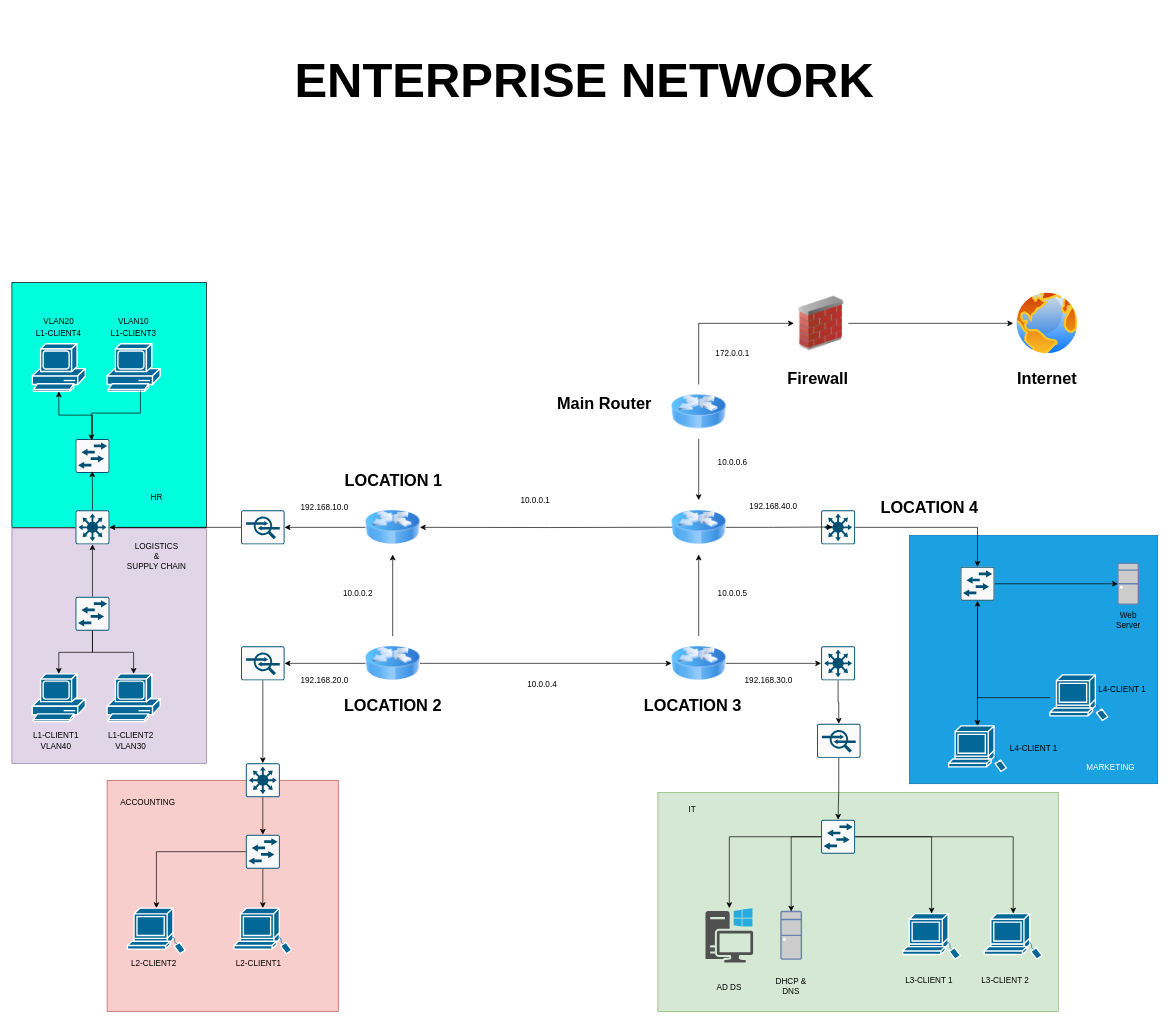
james807/networks keeps this draw.io diagram as diagrams/Enterprise network-01.drawio. Above is the earlier version. Source tidied: cells renumbered, new cells numbered last; positions are measured from the earlier drawing's top-left corner, leaving out a move shared by most shapes. Both pictures are drawn from the tidied source at 68%, with x=0, y=0 at pixel (12, 12).
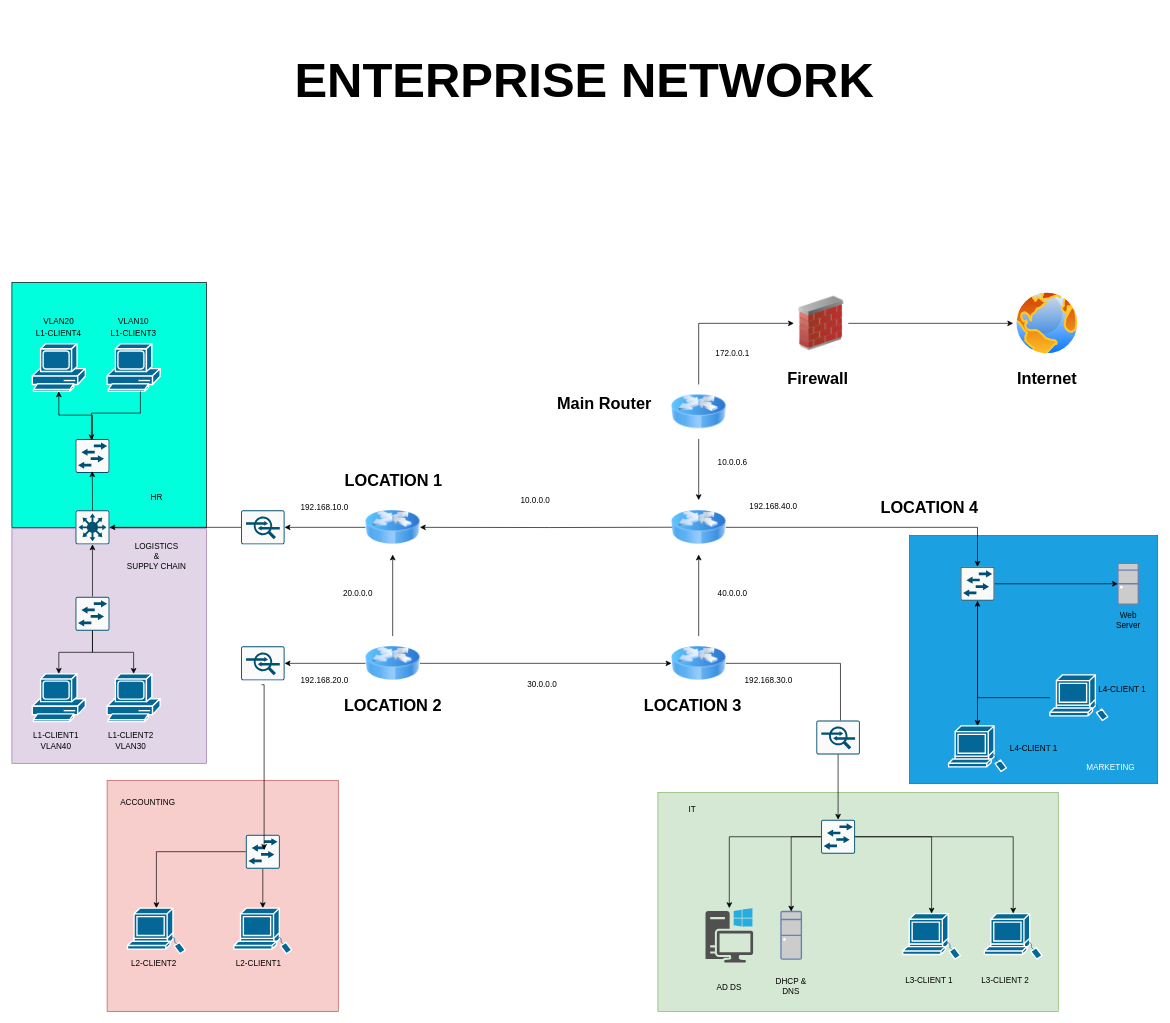
The same page after the edit.

The change refers to these unchanged cells:
```xml
<mxCell id="12" style="image;html=1;image=img/lib/clip_art/networking/Router_Icon_128x128.png;" parent="1" vertex="1">
  <mxGeometry x="970" y="918" width="80" height="80" as="geometry" />
</mxCell>
<mxCell id="14" style="image;html=1;image=img/lib/clip_art/networking/Router_Icon_128x128.png;" parent="1" vertex="1">
  <mxGeometry x="970" y="718" width="80" height="80" as="geometry" />
</mxCell>
<mxCell id="27" style="sketch=0;points=[[0.015,0.015,0],[0.985,0.015,0],[0.985,0.985,0],[0.015,0.985,0],[0.25,0,0],[0.5,0,0],[0.75,0,0],[1,0.25,0],[1,0.5,0],[1,0.75,0],[0.75,1,0],[0.5,1,0],[0.25,1,0],[0,0.75,0],[0,0.5,0],[0,0.25,0]];verticalLabelPosition=bottom;html=1;verticalAlign=top;align=center;shape=mxgraph.cisco19.rect;prIcon=l2_switch;fillColor=#FAFAFA;strokeColor=#005073;" parent="1" vertex="1">
  <mxGeometry x="344" y="1210" width="50" height="50" as="geometry" />
</mxCell>
<mxCell id="30" style="sketch=0;points=[[0.015,0.015,0],[0.985,0.015,0],[0.985,0.985,0],[0.015,0.985,0],[0.25,0,0],[0.5,0,0],[0.75,0,0],[1,0.25,0],[1,0.5,0],[1,0.75,0],[0.75,1,0],[0.5,1,0],[0.25,1,0],[0,0.75,0],[0,0.5,0],[0,0.25,0]];verticalLabelPosition=bottom;html=1;verticalAlign=top;align=center;shape=mxgraph.cisco19.rect;prIcon=l2_switch;fillColor=#FAFAFA;strokeColor=#005073;" parent="1" vertex="1">
  <mxGeometry x="1190" y="1188" width="50" height="50" as="geometry" />
</mxCell>
<mxCell id="51" style="sketch=0;points=[[0.015,0.015,0],[0.985,0.015,0],[0.985,0.985,0],[0.015,0.985,0],[0.25,0,0],[0.5,0,0],[0.75,0,0],[1,0.25,0],[1,0.5,0],[1,0.75,0],[0.75,1,0],[0.5,1,0],[0.25,1,0],[0,0.75,0],[0,0.5,0],[0,0.25,0]];verticalLabelPosition=bottom;html=1;verticalAlign=top;align=center;shape=mxgraph.cisco19.rect;prIcon=l2_switch;fillColor=#FAFAFA;strokeColor=#005073;" parent="1" vertex="1">
  <mxGeometry x="1395" y="816" width="50" height="50" as="geometry" />
</mxCell>
<mxCell id="53" style="sketch=0;points=[[0.015,0.015,0],[0.985,0.015,0],[0.985,0.985,0],[0.015,0.985,0],[0.25,0,0],[0.5,0,0],[0.75,0,0],[1,0.25,0],[1,0.5,0],[1,0.75,0],[0.75,1,0],[0.5,1,0],[0.25,1,0],[0,0.75,0],[0,0.5,0],[0,0.25,0]];verticalLabelPosition=bottom;html=1;verticalAlign=top;align=center;shape=mxgraph.cisco19.rect;prIcon=ips_ids;fillColor=#FAFAFA;strokeColor=#005073;" parent="1" vertex="1">
  <mxGeometry x="337" y="933" width="64" height="50" as="geometry" />
</mxCell>
```

What changed in the source:
```diff
@@
-    <mxCell id="18" style="sketch=0;points=[[0.015,0.015,0],[0.985,0.015,0],[0.985,0.985,0],[0.015,0.985,0],[0.25,0,0],[0.5,0,0],[0.75,0,0],[1,0.25,0],[1,0.5,0],[1,0.75,0],[0.75,1,0],[0.5,1,0],[0.25,1,0],[0,0.75,0],[0,0.5,0],[0,0.25,0]];verticalLabelPosition=bottom;html=1;verticalAlign=top;align=center;shape=mxgraph.cisco19.rect;prIcon=l3_switch;fillColor=#FAFAFA;strokeColor=#005073;" parent="1" vertex="1">
-      <mxGeometry x="344" y="1105" width="50" height="50" as="geometry" />
-    </mxCell>
@@
-    <mxCell id="20" style="sketch=0;points=[[0.015,0.015,0],[0.985,0.015,0],[0.985,0.985,0],[0.015,0.985,0],[0.25,0,0],[0.5,0,0],[0.75,0,0],[1,0.25,0],[1,0.5,0],[1,0.75,0],[0.75,1,0],[0.5,1,0],[0.25,1,0],[0,0.75,0],[0,0.5,0],[0,0.25,0]];verticalLabelPosition=bottom;html=1;verticalAlign=top;align=center;shape=mxgraph.cisco19.rect;prIcon=l3_switch;fillColor=#FAFAFA;strokeColor=#005073;" parent="1" vertex="1">
-      <mxGeometry x="1190" y="933" width="50" height="50" as="geometry" />
-    </mxCell>
-    <mxCell id="21" style="edgeStyle=orthogonalEdgeStyle;rounded=0;jettySize=auto;html=1;" parent="1" edge="1" source="12" target="20">
+    <mxCell id="21" style="edgeStyle=orthogonalEdgeStyle;rounded=0;jettySize=auto;html=1;entryX=0.555;entryY=0.521;entryDx=0;entryDy=0;entryPerimeter=0;" parent="1" edge="1" source="12" target="111">
       <mxGeometry relative="1" as="geometry" />
     </mxCell>
-    <mxCell id="22" style="edgeStyle=orthogonalEdgeStyle;rounded=0;jettySize=auto;html=1;" parent="1" edge="1" source="23" target="51">
-      <mxGeometry relative="1" as="geometry" />
-    </mxCell>
-    <mxCell id="23" style="sketch=0;points=[[0.015,0.015,0],[0.985,0.015,0],[0.985,0.985,0],[0.015,0.985,0],[0.25,0,0],[0.5,0,0],[0.75,0,0],[1,0.25,0],[1,0.5,0],[1,0.75,0],[0.75,1,0],[0.5,1,0],[0.25,1,0],[0,0.75,0],[0,0.5,0],[0,0.25,0]];verticalLabelPosition=bottom;html=1;verticalAlign=top;align=center;shape=mxgraph.cisco19.rect;prIcon=l3_switch;fillColor=#FAFAFA;strokeColor=#005073;" parent="1" vertex="1">
-      <mxGeometry x="1190" y="733" width="50" height="50" as="geometry" />
-    </mxCell>
-    <mxCell id="24" style="edgeStyle=orthogonalEdgeStyle;rounded=0;jettySize=auto;html=1;entryX=0.338;entryY=0.49;entryDx=0;entryDy=0;entryPerimeter=0;" parent="1" edge="1" source="14" target="23">
+    <mxCell id="24" style="edgeStyle=orthogonalEdgeStyle;rounded=0;jettySize=auto;html=1;entryX=0.5;entryY=0;entryDx=0;entryDy=0;entryPerimeter=0;" parent="1" edge="1" source="14" target="51">
       <mxGeometry relative="1" as="geometry" />
     </mxCell>
-    <mxCell id="25" style="edgeStyle=orthogonalEdgeStyle;rounded=0;jettySize=auto;html=1;" parent="1" edge="1" source="18" target="27">
-      <mxGeometry relative="1" as="geometry" />
-    </mxCell>
@@
-    <mxCell id="31" style="edgeStyle=orthogonalEdgeStyle;rounded=0;jettySize=auto;html=1;entryX=0.5;entryY=0;entryDx=0;entryDy=0;entryPerimeter=0;" parent="1" edge="1" source="20" target="65">
-      <mxGeometry relative="1" as="geometry" />
-    </mxCell>
@@
-    <mxCell id="58" style="edgeStyle=orthogonalEdgeStyle;rounded=0;jettySize=auto;html=1;entryX=0.5;entryY=0;entryDx=0;entryDy=0;entryPerimeter=0;" parent="1" edge="1" source="53" target="18">
-      <mxGeometry relative="1" as="geometry" />
+    <mxCell id="58" style="edgeStyle=orthogonalEdgeStyle;rounded=0;orthogonalLoop=1;jettySize=auto;html=1;entryX=0.578;entryY=0.318;entryDx=0;entryDy=0;entryPerimeter=0;" parent="1" edge="1">
+      <mxGeometry relative="1" as="geometry">
+        <mxPoint x="367" y="989.5" as="sourcePoint" />
+        <mxPoint x="370.9" y="1232.5" as="targetPoint" />
+        <Array as="points">
+          <mxPoint x="371" y="990" />
+        </Array>
+      </mxGeometry>
     </mxCell>
@@
-    <mxCell id="65" style="sketch=0;points=[[0.015,0.015,0],[0.985,0.015,0],[0.985,0.985,0],[0.015,0.985,0],[0.25,0,0],[0.5,0,0],[0.75,0,0],[1,0.25,0],[1,0.5,0],[1,0.75,0],[0.75,1,0],[0.5,1,0],[0.25,1,0],[0,0.75,0],[0,0.5,0],[0,0.25,0]];verticalLabelPosition=bottom;html=1;verticalAlign=top;align=center;shape=mxgraph.cisco19.rect;prIcon=ips_ids;fillColor=#FAFAFA;strokeColor=#005073;" parent="1" vertex="1">
-      <mxGeometry x="1184" y="1047" width="64" height="50" as="geometry" />
-    </mxCell>
-    <mxCell id="66" style="edgeStyle=orthogonalEdgeStyle;rounded=0;jettySize=auto;html=1;" parent="1" edge="1" source="65">
-      <mxGeometry relative="1" as="geometry">
-        <mxPoint x="1215" y="1188" as="targetPoint" />
-      </mxGeometry>
-    </mxCell>
@@
-    <mxCell id="101" value="10.0.0.1" style="text;html=1;align=center;verticalAlign=middle;whiteSpace=wrap;rounded=0;" parent="1" vertex="1">
+    <mxCell id="101" value="10.0.0.0" style="text;html=1;align=center;verticalAlign=middle;whiteSpace=wrap;rounded=0;" parent="1" vertex="1">
       <mxGeometry x="740" y="703" width="60" height="30" as="geometry" />
     </mxCell>
-    <mxCell id="102" value="10.0.0.5" style="text;html=1;align=center;verticalAlign=middle;whiteSpace=wrap;rounded=0;" parent="1" vertex="1">
+    <mxCell id="102" value="40.0.0.0" style="text;html=1;align=center;verticalAlign=middle;whiteSpace=wrap;rounded=0;" parent="1" vertex="1">
       <mxGeometry x="1030" y="841" width="60" height="30" as="geometry" />
     </mxCell>
-    <mxCell id="103" value="10.0.0.2" style="text;html=1;align=center;verticalAlign=middle;whiteSpace=wrap;rounded=0;" parent="1" vertex="1">
+    <mxCell id="103" value="20.0.0.0" style="text;html=1;align=center;verticalAlign=middle;whiteSpace=wrap;rounded=0;" parent="1" vertex="1">
       <mxGeometry x="478.8" y="841" width="60" height="30" as="geometry" />
     </mxCell>
-    <mxCell id="104" value="10.0.0.4" style="text;html=1;align=center;verticalAlign=middle;whiteSpace=wrap;rounded=0;" parent="1" vertex="1">
+    <mxCell id="104" value="30.0.0.0" style="text;html=1;align=center;verticalAlign=middle;whiteSpace=wrap;rounded=0;" parent="1" vertex="1">
       <mxGeometry x="750" y="973.5" width="60" height="30" as="geometry" />
     </mxCell>
@@
+    <mxCell id="111" style="sketch=0;points=[[0.015,0.015,0],[0.985,0.015,0],[0.985,0.985,0],[0.015,0.985,0],[0.25,0,0],[0.5,0,0],[0.75,0,0],[1,0.25,0],[1,0.5,0],[1,0.75,0],[0.75,1,0],[0.5,1,0],[0.25,1,0],[0,0.75,0],[0,0.5,0],[0,0.25,0]];verticalLabelPosition=bottom;html=1;verticalAlign=top;align=center;shape=mxgraph.cisco19.rect;prIcon=ips_ids;fillColor=#FAFAFA;strokeColor=#005073;" parent="1" vertex="1">
+      <mxGeometry x="1183" y="1042" width="64" height="50" as="geometry" />
+    </mxCell>
+    <mxCell id="112" style="edgeStyle=orthogonalEdgeStyle;rounded=0;jettySize=auto;html=1;entryX=0.5;entryY=0;entryDx=0;entryDy=0;entryPerimeter=0;" parent="1" edge="1" source="111" target="30">
+      <mxGeometry relative="1" as="geometry" />
+    </mxCell>
```
